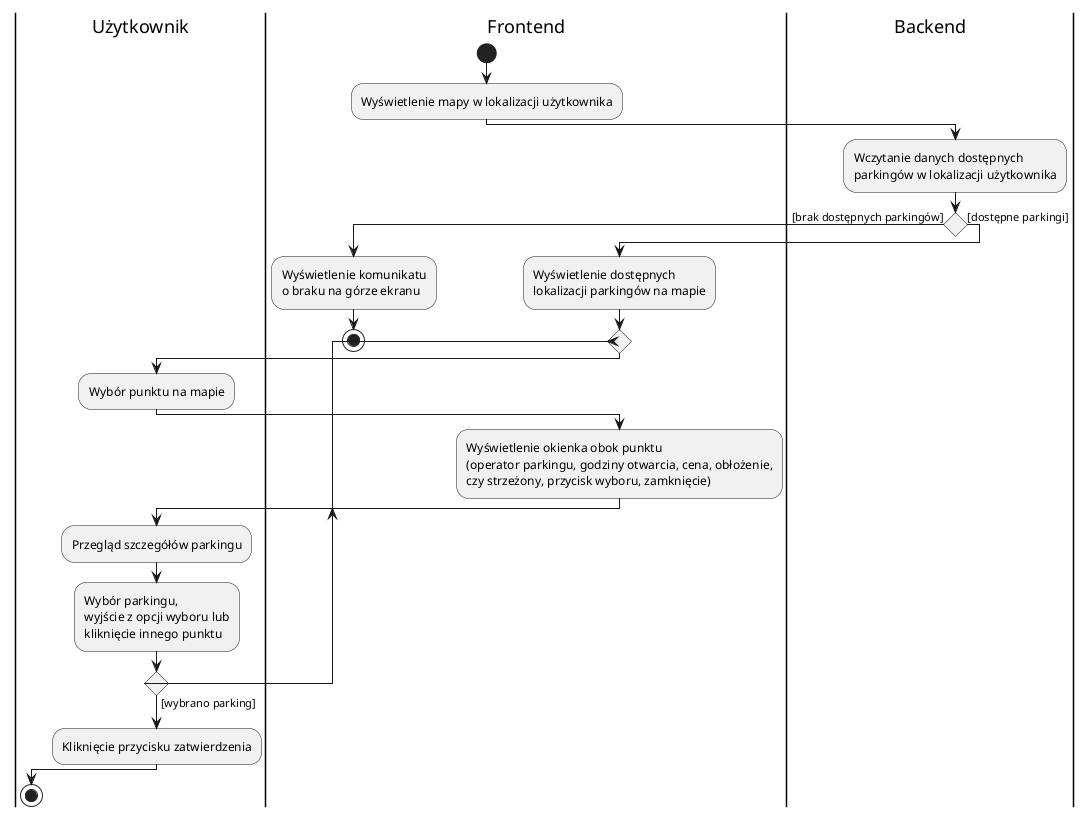
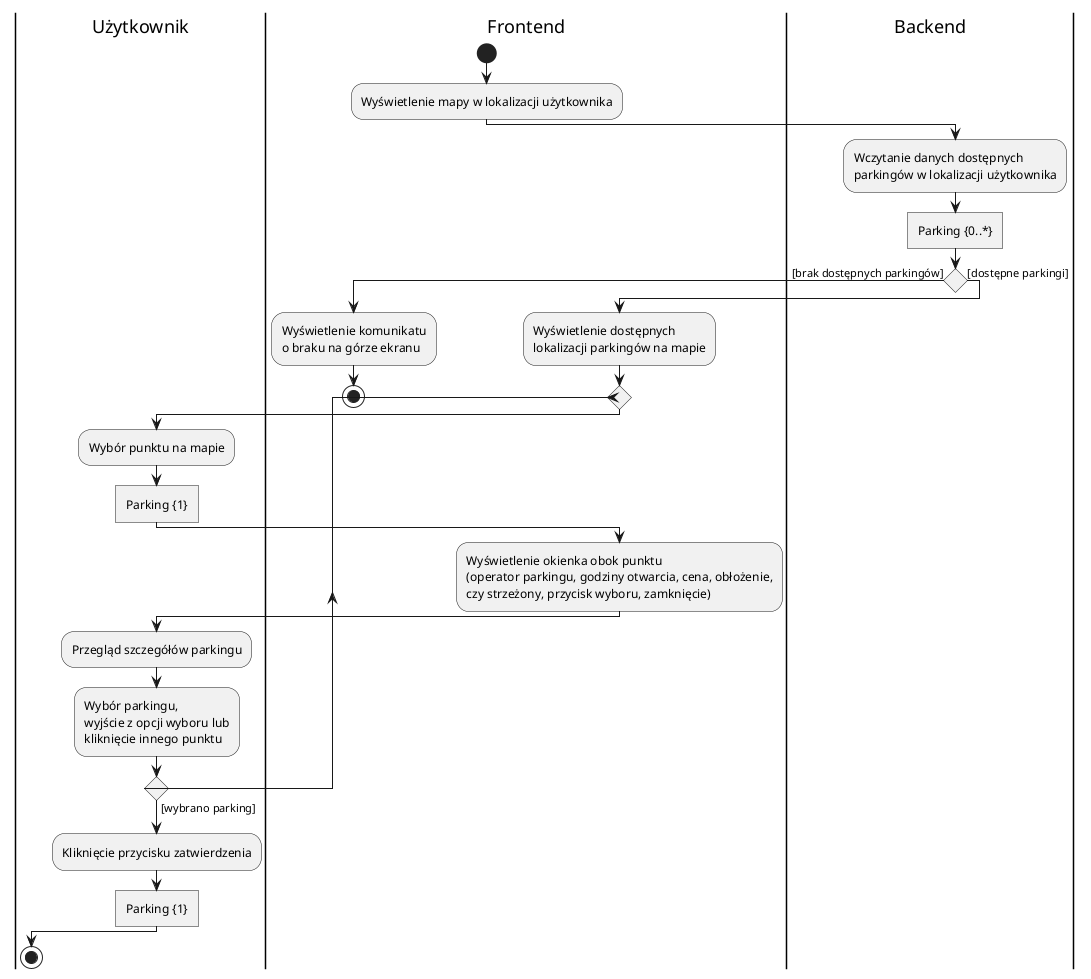
@startuml Wyszukiwanie Parkingów
|Użytkownik|
|Frontend|
start
    :Wyświetlenie mapy w lokalizacji użytkownika;
    |Backend|
    :Wczytanie danych dostępnych
    parkingów w lokalizacji użytkownika;
+     :Parking &#123;0..*&#125;]
    if () then ([brak dostępnych parkingów])
        |Frontend|
        :Wyświetlenie komunikatu
        o braku na górze ekranu;
        stop
    else ([dostępne parkingi])
        |Frontend|
        :Wyświetlenie dostępnych
        lokalizacji parkingów na mapie;
        repeat
            |Użytkownik|
            :Wybór punktu na mapie;
+             :Parking &#123;1&#125;]
            |Frontend|
            :Wyświetlenie okienka obok punktu
            (operator parkingu, godziny otwarcia, cena, obłożenie,
            czy strzeżony, przycisk wyboru, zamknięcie);
            |Użytkownik|
            :Przegląd szczegółów parkingu;
            :Wybór parkingu,
            wyjście z opcji wyboru lub
            kliknięcie innego punktu;
        repeat while () not ([wybrano parking])
        |Użytkownik|
        :Kliknięcie przycisku zatwierdzenia;
+         :Parking &#123;1&#125;]
    endif
stop
- @enduml+ @enduml
